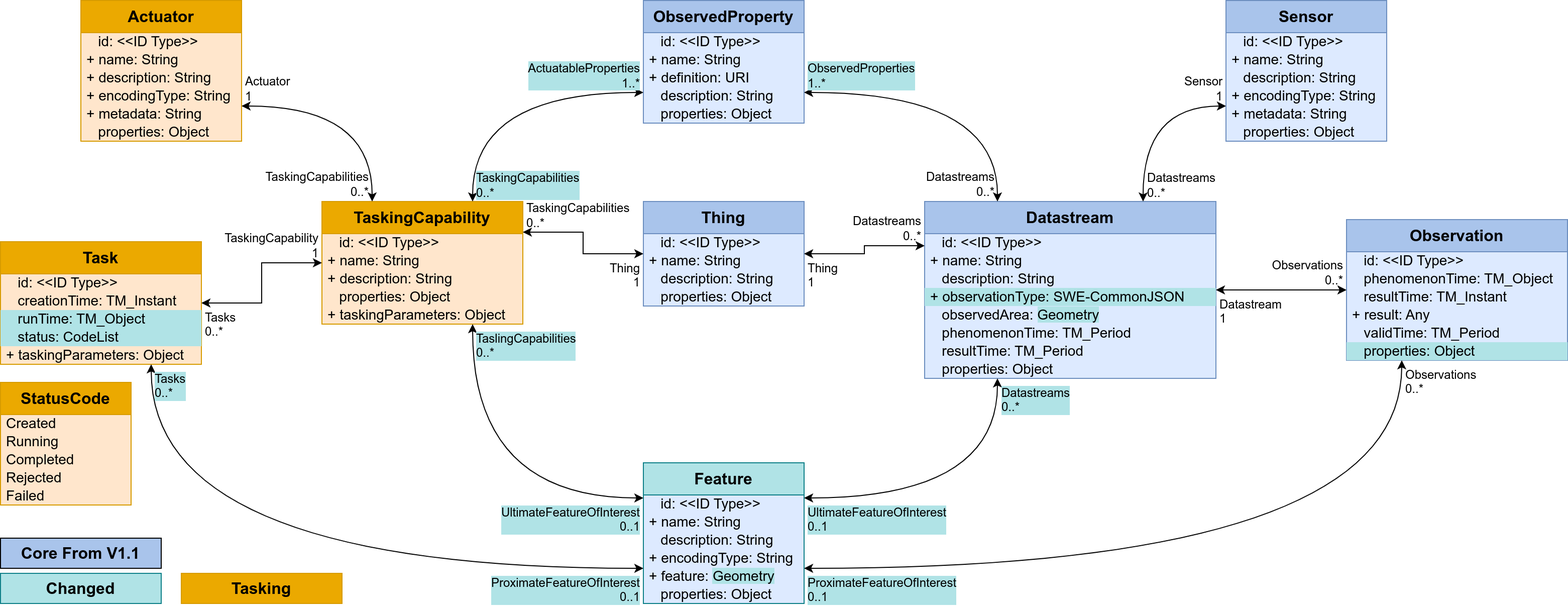
Above: figures/Datamodel-SensorThingsApi-V2-proposal-1-Tasking.drawio.png in opengeospatial/sensorthings (draw.io), before the change. Source tidied: cells renumbered, new cells last; positions are measured from the earlier drawing's top-left corner, leaving out a move shared by most shapes.
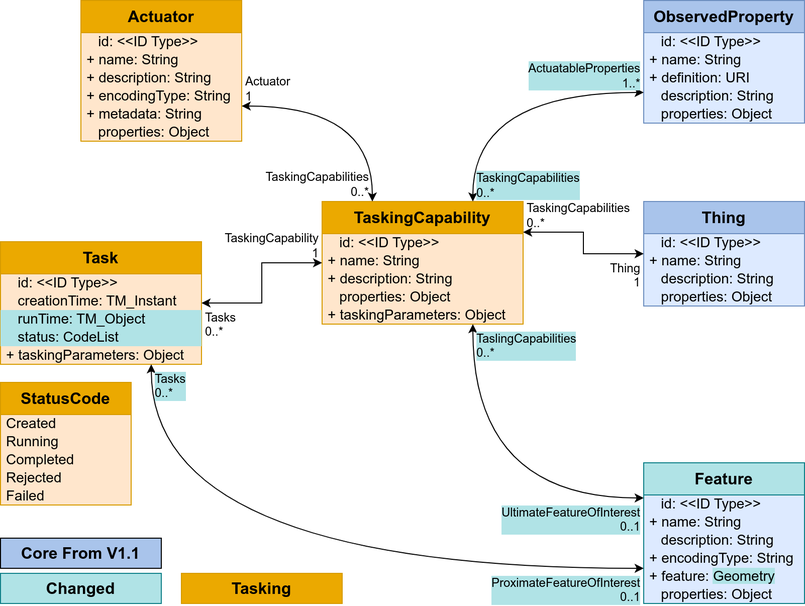
Later version of the same file.

What changed in the source:
```diff
@@ -2,33 +2,6 @@
   <root>
     <mxCell id="0" />
     <mxCell id="1" parent="0" />
-    <mxCell id="2" value="Datastream" style="swimlane;fontStyle=1;horizontal=1;startSize=32;fontSize=16;whiteSpace=wrap;html=1;fillColor=#A9C4EB;strokeColor=#6c8ebf;swimlaneFillColor=#DDEAFF;verticalAlign=top;" parent="1" vertex="1">
-      <mxGeometry x="920" y="200" width="290" height="176" as="geometry" />
-    </mxCell>
-    <mxCell id="3" value="&amp;nbsp;&amp;nbsp;&amp;nbsp;id: &amp;lt;&amp;lt;ID Type&amp;gt;&amp;gt;" style="text;strokeColor=none;fillColor=none;align=left;verticalAlign=middle;spacingLeft=4;spacingRight=4;overflow=visible;html=1;fontSize=14;" parent="2" vertex="1">
-      <mxGeometry y="32" width="290" height="18" as="geometry" />
-    </mxCell>
-    <mxCell id="4" value="+ name: String" style="text;strokeColor=none;fillColor=none;align=left;verticalAlign=middle;spacingLeft=4;spacingRight=4;overflow=visible;html=1;fontSize=14;" parent="2" vertex="1">
-      <mxGeometry y="50" width="290" height="18" as="geometry" />
-    </mxCell>
-    <mxCell id="5" value="&amp;nbsp; &amp;nbsp;description: String" style="text;strokeColor=none;fillColor=none;align=left;verticalAlign=middle;spacingLeft=4;spacingRight=4;overflow=visible;html=1;fontSize=14;" parent="2" vertex="1">
-      <mxGeometry y="68" width="290" height="18" as="geometry" />
-    </mxCell>
-    <mxCell id="6" value="+ observationType: SWE-CommonJSON" style="text;strokeColor=none;fillColor=#b0e3e6;align=left;verticalAlign=middle;spacingLeft=4;spacingRight=4;overflow=visible;html=1;fontSize=14;" parent="2" vertex="1">
-      <mxGeometry y="86" width="290" height="18" as="geometry" />
-    </mxCell>
-    <mxCell id="7" value="&amp;nbsp;&amp;nbsp;&amp;nbsp;observedArea: &lt;span style=&quot;background-color: rgb(176, 227, 230);&quot;&gt;Geometry&lt;/span&gt;" style="text;strokeColor=none;fillColor=none;align=left;verticalAlign=middle;spacingLeft=4;spacingRight=4;overflow=visible;html=1;fontSize=14;" parent="2" vertex="1">
-      <mxGeometry y="104" width="290" height="18" as="geometry" />
-    </mxCell>
-    <mxCell id="8" value="&amp;nbsp;&amp;nbsp;&amp;nbsp;phenomenonTime:&amp;nbsp;TM_Period" style="text;strokeColor=none;fillColor=none;align=left;verticalAlign=middle;spacingLeft=4;spacingRight=4;overflow=visible;html=1;fontSize=14;" parent="2" vertex="1">
-      <mxGeometry y="122" width="290" height="18" as="geometry" />
-    </mxCell>
-    <mxCell id="9" value="&amp;nbsp;&amp;nbsp;&amp;nbsp;resultTime:&amp;nbsp;TM_Period" style="text;strokeColor=none;fillColor=none;align=left;verticalAlign=middle;spacingLeft=4;spacingRight=4;overflow=visible;html=1;fontSize=14;" parent="2" vertex="1">
-      <mxGeometry y="140" width="290" height="18" as="geometry" />
-    </mxCell>
-    <mxCell id="10" value="&amp;nbsp;&amp;nbsp;&amp;nbsp;properties: Object" style="text;strokeColor=none;fillColor=none;align=left;verticalAlign=middle;spacingLeft=4;spacingRight=4;overflow=visible;html=1;fontSize=14;" parent="2" vertex="1">
-      <mxGeometry y="158" width="290" height="18" as="geometry" />
-    </mxCell>
     <mxCell id="11" value="Feature" style="swimlane;fontStyle=1;horizontal=1;startSize=32;fontSize=16;whiteSpace=wrap;html=1;fillColor=#b0e3e6;strokeColor=#0e8088;swimlaneFillColor=#DDEAFF;verticalAlign=top;" parent="1" vertex="1">
       <mxGeometry x="640" y="460" width="160" height="140" as="geometry" />
     </mxCell>
@@ -50,54 +23,6 @@
     <mxCell id="17" value="&amp;nbsp;&amp;nbsp;&amp;nbsp;properties: Object" style="text;strokeColor=none;fillColor=none;align=left;verticalAlign=middle;spacingLeft=4;spacingRight=4;overflow=visible;html=1;fontSize=14;" parent="11" vertex="1">
       <mxGeometry y="122" width="160" height="18" as="geometry" />
     </mxCell>
-    <mxCell id="18" style="endArrow=classic;startArrow=classic;html=1;rounded=0;exitX=1;exitY=0.25;exitDx=0;exitDy=0;edgeStyle=orthogonalEdgeStyle;entryX=0.25;entryY=1;entryDx=0;entryDy=0;curved=1;" parent="1" edge="1" source="11" target="2">
-      <mxGeometry relative="1" as="geometry" />
-    </mxCell>
-    <mxCell id="19" value="UltimateFeatureOfInterest&lt;br&gt;0..1" style="edgeLabel;html=1;align=left;verticalAlign=top;labelBackgroundColor=#B0E3E6;fontSize=12;spacingLeft=1;spacing=3;spacingRight=2;" parent="18" vertex="1">
-      <mxGeometry x="-1" relative="1" as="geometry" />
-    </mxCell>
-    <mxCell id="20" value="Datastreams&lt;br&gt;0..*" style="edgeLabel;html=1;align=left;verticalAlign=top;labelBackgroundColor=#B0E3E6;fontSize=12;spacingLeft=1;spacing=3;spacingRight=2;" parent="18" vertex="1">
-      <mxGeometry x="1" relative="1" as="geometry" />
-    </mxCell>
-    <mxCell id="21" value="Observation" style="swimlane;fontStyle=1;horizontal=1;startSize=32;fontSize=16;whiteSpace=wrap;html=1;fillColor=#A9C4EB;strokeColor=#6c8ebf;swimlaneFillColor=#DDEAFF;verticalAlign=top;" parent="1" vertex="1">
-      <mxGeometry x="1340" y="218" width="220" height="140" as="geometry" />
-    </mxCell>
-    <mxCell id="22" value="&amp;nbsp;&amp;nbsp;&amp;nbsp;id: &amp;lt;&amp;lt;ID Type&amp;gt;&amp;gt;" style="text;strokeColor=none;fillColor=none;align=left;verticalAlign=middle;spacingLeft=4;spacingRight=4;overflow=visible;html=1;fontSize=14;" parent="21" vertex="1">
-      <mxGeometry y="32" width="220" height="18" as="geometry" />
-    </mxCell>
-    <mxCell id="23" value="&amp;nbsp;&amp;nbsp;&amp;nbsp;phenomenonTime: TM_Object" style="text;strokeColor=none;fillColor=none;align=left;verticalAlign=middle;spacingLeft=4;spacingRight=4;overflow=visible;html=1;fontSize=14;" parent="21" vertex="1">
-      <mxGeometry y="50" width="220" height="18" as="geometry" />
-    </mxCell>
-    <mxCell id="24" value="&amp;nbsp;&amp;nbsp;&amp;nbsp;resultTime: TM_Instant" style="text;strokeColor=none;fillColor=none;align=left;verticalAlign=middle;spacingLeft=4;spacingRight=4;overflow=visible;html=1;fontSize=14;" parent="21" vertex="1">
-      <mxGeometry y="68" width="220" height="18" as="geometry" />
-    </mxCell>
-    <mxCell id="25" value="+ result: Any" style="text;strokeColor=none;fillColor=none;align=left;verticalAlign=middle;spacingLeft=4;spacingRight=4;overflow=visible;html=1;fontSize=14;" parent="21" vertex="1">
-      <mxGeometry y="86" width="220" height="18" as="geometry" />
-    </mxCell>
-    <mxCell id="26" value="&amp;nbsp;&amp;nbsp;&amp;nbsp;validTime:&amp;nbsp;TM_Period" style="text;strokeColor=none;fillColor=none;align=left;verticalAlign=middle;spacingLeft=4;spacingRight=4;overflow=visible;html=1;fontSize=14;" parent="21" vertex="1">
-      <mxGeometry y="104" width="220" height="18" as="geometry" />
-    </mxCell>
-    <mxCell id="27" value="&amp;nbsp;&amp;nbsp;&amp;nbsp;properties: Object" style="text;strokeColor=none;fillColor=#b0e3e6;align=left;verticalAlign=middle;spacingLeft=4;spacingRight=4;overflow=visible;html=1;fontSize=14;" parent="21" vertex="1">
-      <mxGeometry y="122" width="220" height="18" as="geometry" />
-    </mxCell>
-    <mxCell id="28" style="endArrow=classic;startArrow=classic;html=1;rounded=0;exitX=0;exitY=0.5;exitDx=0;exitDy=0;entryX=1;entryY=0.5;entryDx=0;entryDy=0;edgeStyle=orthogonalEdgeStyle;" parent="1" edge="1" source="21" target="2">
-      <mxGeometry relative="1" as="geometry" />
-    </mxCell>
-    <mxCell id="29" value="Observations&lt;br&gt;0..*" style="edgeLabel;html=1;align=right;verticalAlign=bottom;labelBackgroundColor=none;fontSize=12;spacingLeft=1;spacing=3;spacingRight=2;" parent="28" vertex="1">
-      <mxGeometry x="-1" relative="1" as="geometry" />
-    </mxCell>
-    <mxCell id="30" value="Datastream&lt;br&gt;1" style="edgeLabel;html=1;align=left;verticalAlign=top;labelBackgroundColor=none;fontSize=12;spacingLeft=1;spacing=3;spacingRight=2;" parent="28" vertex="1">
-      <mxGeometry x="1" relative="1" as="geometry" />
-    </mxCell>
-    <mxCell id="31" style="endArrow=classic;startArrow=classic;html=1;rounded=0;exitX=0.25;exitY=1;exitDx=0;exitDy=0;edgeStyle=orthogonalEdgeStyle;entryX=1;entryY=0.75;entryDx=0;entryDy=0;curved=1;" parent="1" edge="1" source="21" target="11">
-      <mxGeometry relative="1" as="geometry" />
-    </mxCell>
-    <mxCell id="32" value="Observations&lt;br&gt;0..*" style="edgeLabel;html=1;align=left;verticalAlign=top;labelBackgroundColor=none;fontSize=12;spacingLeft=1;spacing=3;spacingRight=2;" parent="31" vertex="1">
-      <mxGeometry x="-1" relative="1" as="geometry" />
-    </mxCell>
-    <mxCell id="33" value="ProximateFeatureOfInterest&lt;br&gt;0..1" style="edgeLabel;html=1;align=left;verticalAlign=top;labelBackgroundColor=#B0E3E6;fontSize=12;spacingLeft=1;spacing=3;spacingRight=2;" parent="31" vertex="1">
-      <mxGeometry x="1" relative="1" as="geometry" />
-    </mxCell>
     <mxCell id="34" value="ObservedProperty" style="swimlane;fontStyle=1;horizontal=1;startSize=32;fontSize=16;whiteSpace=wrap;html=1;fillColor=#A9C4EB;strokeColor=#6c8ebf;swimlaneFillColor=#DDEAFF;verticalAlign=top;" parent="1" vertex="1">
       <mxGeometry x="640" width="160" height="122" as="geometry" />
     </mxCell>
@@ -116,45 +41,6 @@
     <mxCell id="39" value="&amp;nbsp;&amp;nbsp;&amp;nbsp;properties: Object" style="text;strokeColor=none;fillColor=none;align=left;verticalAlign=middle;spacingLeft=4;spacingRight=4;overflow=visible;html=1;fontSize=14;" parent="34" vertex="1">
       <mxGeometry y="104" width="160" height="18" as="geometry" />
     </mxCell>
-    <mxCell id="40" style="endArrow=classic;startArrow=classic;html=1;rounded=0;edgeStyle=orthogonalEdgeStyle;entryX=0.25;entryY=0;entryDx=0;entryDy=0;exitX=1;exitY=0.75;exitDx=0;exitDy=0;curved=1;" parent="1" edge="1" source="34" target="2">
-      <mxGeometry relative="1" as="geometry" />
-    </mxCell>
-    <mxCell id="41" value="ObservedProperties&lt;br&gt;1..*" style="edgeLabel;html=1;align=left;verticalAlign=bottom;labelBackgroundColor=#B0E3E6;fontSize=12;spacingLeft=1;spacing=3;spacingRight=2;" parent="40" vertex="1">
-      <mxGeometry x="-1" relative="1" as="geometry" />
-    </mxCell>
-    <mxCell id="42" value="Datastreams&lt;br&gt;0..*" style="edgeLabel;html=1;align=right;verticalAlign=bottom;labelBackgroundColor=none;fontSize=12;spacingLeft=1;spacing=3;spacingRight=2;" parent="40" vertex="1">
-      <mxGeometry x="1" relative="1" as="geometry" />
-    </mxCell>
-    <mxCell id="43" value="Sensor" style="swimlane;fontStyle=1;horizontal=1;startSize=32;fontSize=16;whiteSpace=wrap;html=1;fillColor=#A9C4EB;strokeColor=#6c8ebf;swimlaneFillColor=#DDEAFF;verticalAlign=top;" parent="1" vertex="1">
-      <mxGeometry x="1220" width="160" height="140" as="geometry" />
-    </mxCell>
-    <mxCell id="44" value="&amp;nbsp;&amp;nbsp;&amp;nbsp;id: &amp;lt;&amp;lt;ID Type&amp;gt;&amp;gt;" style="text;strokeColor=none;fillColor=none;align=left;verticalAlign=middle;spacingLeft=4;spacingRight=4;overflow=visible;html=1;fontSize=14;" parent="43" vertex="1">
-      <mxGeometry y="32" width="160" height="18" as="geometry" />
-    </mxCell>
-    <mxCell id="45" value="+ name: String" style="text;strokeColor=none;fillColor=none;align=left;verticalAlign=middle;spacingLeft=4;spacingRight=4;overflow=visible;html=1;fontSize=14;" parent="43" vertex="1">
-      <mxGeometry y="50" width="160" height="18" as="geometry" />
-    </mxCell>
-    <mxCell id="46" value="&amp;nbsp; &amp;nbsp;description: String" style="text;strokeColor=none;fillColor=none;align=left;verticalAlign=middle;spacingLeft=4;spacingRight=4;overflow=visible;html=1;fontSize=14;" parent="43" vertex="1">
-      <mxGeometry y="68" width="160" height="18" as="geometry" />
-    </mxCell>
-    <mxCell id="47" value="+ encodingType: String" style="text;strokeColor=none;fillColor=none;align=left;verticalAlign=middle;spacingLeft=4;spacingRight=4;overflow=visible;html=1;fontSize=14;" parent="43" vertex="1">
-      <mxGeometry y="86" width="160" height="18" as="geometry" />
-    </mxCell>
-    <mxCell id="48" value="+ metadata: String" style="text;strokeColor=none;fillColor=none;align=left;verticalAlign=middle;spacingLeft=4;spacingRight=4;overflow=visible;html=1;fontSize=14;" parent="43" vertex="1">
-      <mxGeometry y="104" width="160" height="18" as="geometry" />
-    </mxCell>
-    <mxCell id="49" value="&amp;nbsp;&amp;nbsp;&amp;nbsp;properties: Object" style="text;strokeColor=none;fillColor=none;align=left;verticalAlign=middle;spacingLeft=4;spacingRight=4;overflow=visible;html=1;fontSize=14;" parent="43" vertex="1">
-      <mxGeometry y="122" width="160" height="18" as="geometry" />
-    </mxCell>
-    <mxCell id="50" style="endArrow=classic;startArrow=classic;html=1;rounded=0;edgeStyle=orthogonalEdgeStyle;exitX=0;exitY=0.75;exitDx=0;exitDy=0;curved=1;entryX=0.75;entryY=0;entryDx=0;entryDy=0;" parent="1" edge="1" source="43" target="2">
-      <mxGeometry relative="1" as="geometry" />
-    </mxCell>
-    <mxCell id="51" value="Sensor&lt;br&gt;1" style="edgeLabel;html=1;align=right;verticalAlign=bottom;labelBackgroundColor=none;fontSize=12;spacingLeft=1;spacing=3;spacingRight=2;" parent="50" vertex="1">
-      <mxGeometry x="-1" relative="1" as="geometry" />
-    </mxCell>
-    <mxCell id="52" value="Datastreams&lt;br&gt;0..*" style="edgeLabel;html=1;align=left;verticalAlign=bottom;labelBackgroundColor=none;fontSize=12;spacingLeft=1;spacing=3;spacingRight=2;" parent="50" vertex="1">
-      <mxGeometry x="1" relative="1" as="geometry" />
-    </mxCell>
     <mxCell id="53" value="Thing" style="swimlane;fontStyle=1;horizontal=1;startSize=32;fontSize=16;whiteSpace=wrap;html=1;fillColor=#A9C4EB;strokeColor=#6c8ebf;swimlaneFillColor=#DDEAFF;verticalAlign=top;" parent="1" vertex="1">
       <mxGeometry x="640" y="200" width="160" height="104" as="geometry" />
     </mxCell>
@@ -170,15 +56,6 @@
     <mxCell id="57" value="&amp;nbsp;&amp;nbsp;&amp;nbsp;properties: Object" style="text;strokeColor=none;fillColor=none;align=left;verticalAlign=middle;spacingLeft=4;spacingRight=4;overflow=visible;html=1;fontSize=14;" parent="53" vertex="1">
       <mxGeometry y="86" width="160" height="18" as="geometry" />
     </mxCell>
-    <mxCell id="58" style="endArrow=classic;startArrow=classic;html=1;rounded=0;entryX=0;entryY=0.25;entryDx=0;entryDy=0;exitX=1;exitY=0.5;exitDx=0;exitDy=0;edgeStyle=orthogonalEdgeStyle;" parent="1" edge="1" source="53" target="2">
-      <mxGeometry relative="1" as="geometry" />
-    </mxCell>
-    <mxCell id="59" value="Thing&lt;br&gt;1" style="edgeLabel;html=1;align=left;verticalAlign=top;labelBackgroundColor=none;fontSize=12;spacingLeft=1;spacing=3;spacingRight=2;" parent="58" vertex="1">
-      <mxGeometry x="-1" relative="1" as="geometry" />
-    </mxCell>
-    <mxCell id="60" value="Datastreams&lt;br&gt;0..*" style="edgeLabel;html=1;align=right;verticalAlign=bottom;labelBackgroundColor=none;fontSize=12;spacingLeft=1;spacing=3;spacingRight=2;" parent="58" vertex="1">
-      <mxGeometry x="1" relative="1" as="geometry" />
-    </mxCell>
     <mxCell id="61" value="Changed" style="rounded=0;whiteSpace=wrap;html=1;labelBackgroundColor=none;fillColor=#b0e3e6;strokeColor=#0e8088;fontStyle=1;fontSize=16;" parent="1" vertex="1">
       <mxGeometry y="570" width="160" height="30" as="geometry" />
     </mxCell>
```
